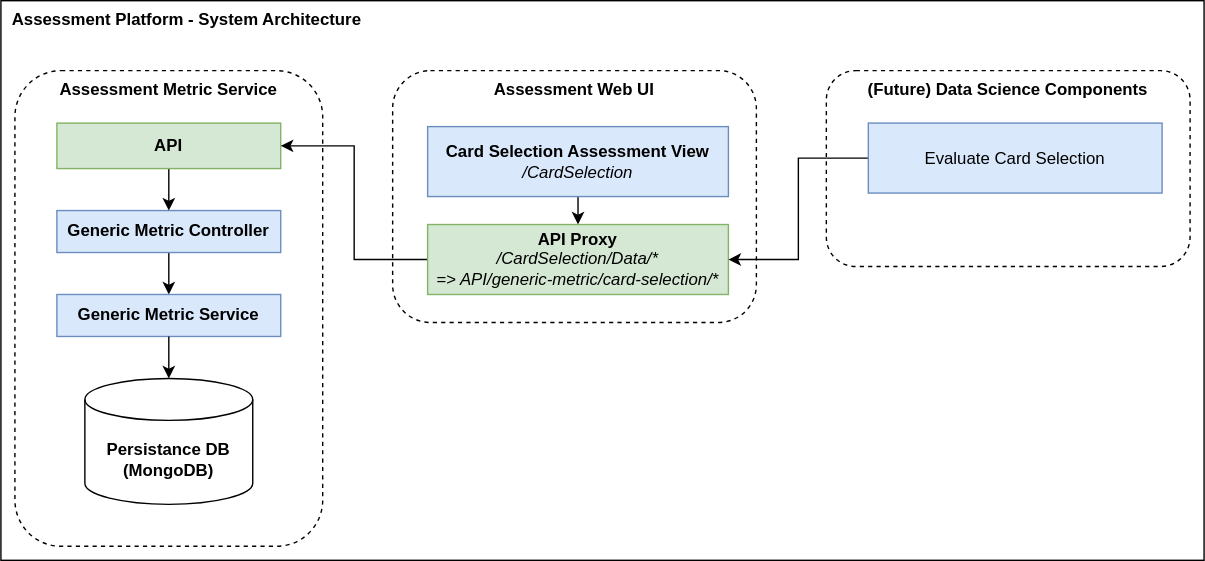
This is docs/images/system-architecture.svg from daniel-schulz/eth-technical-test, a draw.io export, as it was before one commit. Source tidied: cells renumbered, new cells last; positions are measured from the earlier drawing's top-left corner, leaving out a move shared by most shapes.
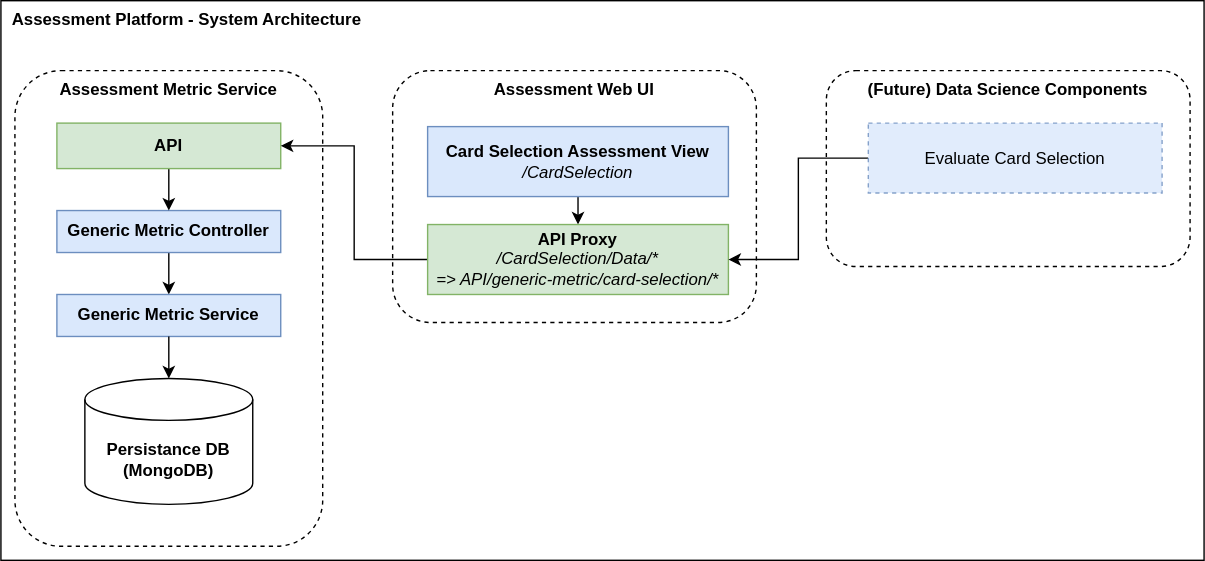
The same diagram one commit later.

Diff of the diagram source:
```diff
@@ -50,7 +50,7 @@
     <mxCell id="17" style="edgeStyle=orthogonalEdgeStyle;rounded=0;jettySize=auto;html=1;exitX=0;exitY=0.5;exitDx=0;exitDy=0;entryX=1;entryY=0.5;entryDx=0;entryDy=0;" parent="1" edge="1" source="18" target="15">
       <mxGeometry relative="1" as="geometry" />
     </mxCell>
-    <mxCell id="18" value="Evaluate Card Selection" style="rounded=0;whiteSpace=wrap;html=1;fillColor=#dae8fc;strokeColor=#6c8ebf;" parent="1" vertex="1">
+    <mxCell id="18" value="Evaluate Card Selection" style="rounded=0;whiteSpace=wrap;html=1;fillColor=#dae8fc;strokeColor=#6c8ebf;dashed=1;opacity=80;" parent="1" vertex="1">
       <mxGeometry x="620" y="87.5" width="210" height="50" as="geometry" />
     </mxCell>
   </root>
```
